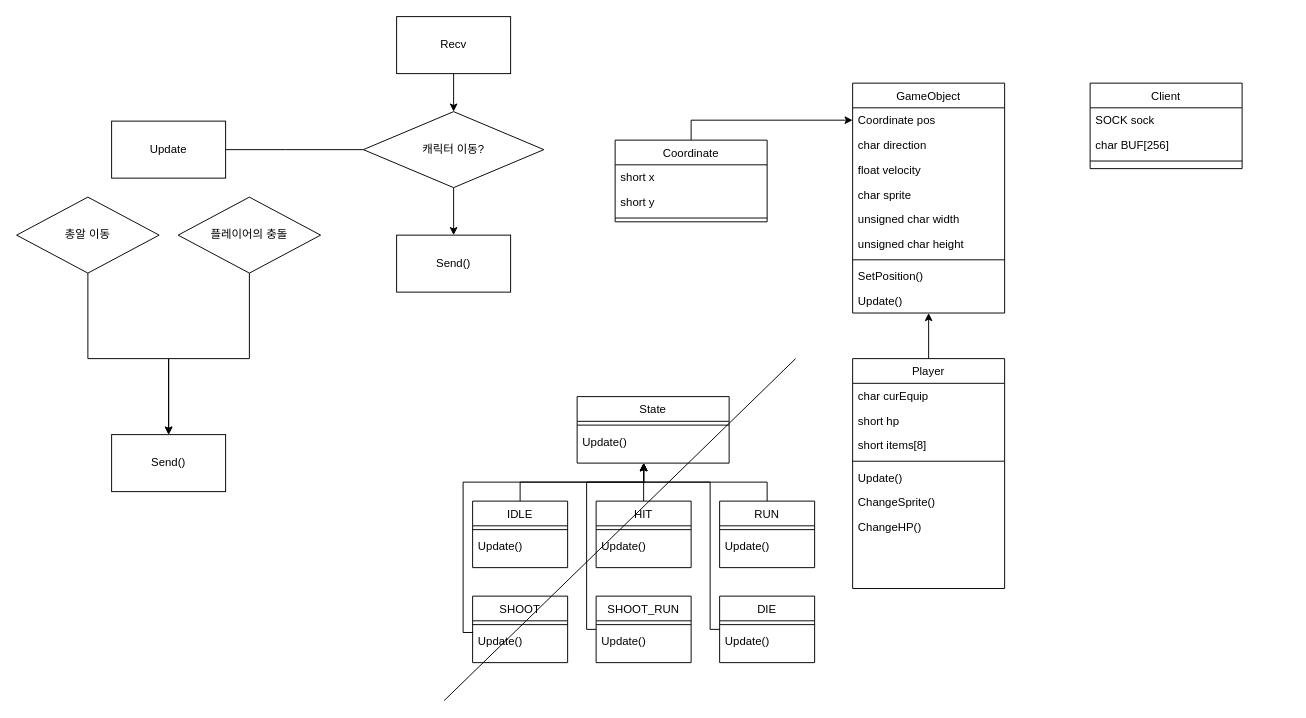
Earlier version of the draw.io diagram server_class_diagram.drawio (kakik/agari). Source tidied: cells renumbered, new cells numbered last; positions are measured from the earlier drawing's top-left corner, leaving out a move shared by most shapes. Both pictures are drawn from the tidied source at 95%, with x=0, y=0 at pixel (16, 16).
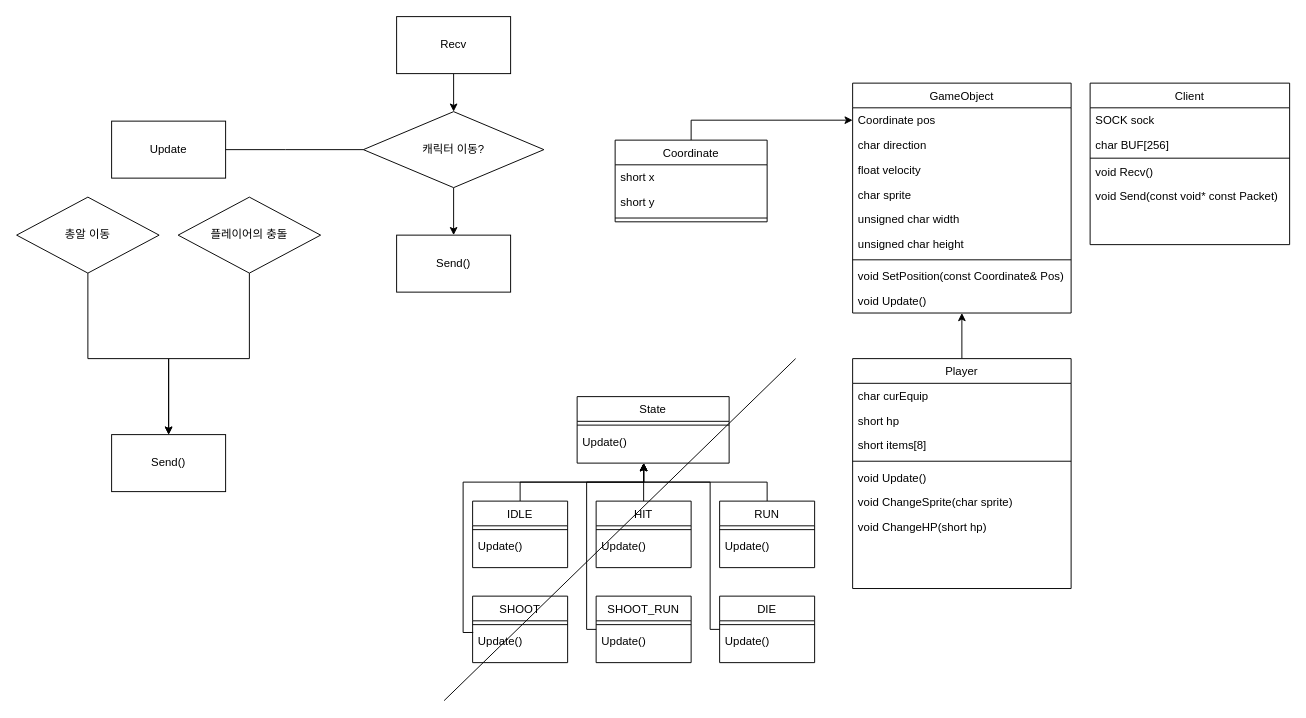
Above is the later version.

Commit message (it also covers changes not shown here):
Change Class diagram

The edit, as a diff of the source:
```diff
@@
     <mxCell id="3" value="Player" style="swimlane;fontStyle=0;align=center;verticalAlign=top;horizontal=1;startSize=26;rounded=0;shadow=0;strokeWidth=1;" parent="1" vertex="1">
-      <mxGeometry x="880" y="360" width="160" height="242" as="geometry" />
+      <mxGeometry x="880" y="360" width="230" height="242" as="geometry" />
     </mxCell>
     <mxCell id="4" value="char curEquip" style="text;align=left;verticalAlign=top;spacingLeft=4;spacingRight=4;overflow=hidden;rounded=0;shadow=0;html=0;" parent="3" vertex="1">
-      <mxGeometry y="26" width="160" height="26" as="geometry" />
+      <mxGeometry y="26" width="230" height="26" as="geometry" />
     </mxCell>
     <mxCell id="5" value="short hp" style="text;align=left;verticalAlign=top;spacingLeft=4;spacingRight=4;overflow=hidden;rounded=0;shadow=0;html=0;" parent="3" vertex="1">
-      <mxGeometry y="52" width="160" height="26" as="geometry" />
+      <mxGeometry y="52" width="230" height="26" as="geometry" />
     </mxCell>
     <mxCell id="6" value="short items[8]" style="text;align=left;verticalAlign=top;spacingLeft=4;spacingRight=4;overflow=hidden;rounded=0;shadow=0;html=0;" parent="3" vertex="1">
-      <mxGeometry y="78" width="160" height="26" as="geometry" />
+      <mxGeometry y="78" width="230" height="26" as="geometry" />
     </mxCell>
     <mxCell id="7" style="line;html=1;strokeWidth=1;align=left;verticalAlign=middle;spacingTop=-1;spacingLeft=3;spacingRight=3;labelPosition=right;" parent="3" vertex="1">
-      <mxGeometry y="104" width="160" height="8" as="geometry" />
+      <mxGeometry y="104" width="230" height="8" as="geometry" />
     </mxCell>
-    <mxCell id="8" value="Update()" style="text;align=left;verticalAlign=top;spacingLeft=4;spacingRight=4;overflow=hidden;fontStyle=0;" parent="3" vertex="1">
-      <mxGeometry y="112" width="160" height="26" as="geometry" />
+    <mxCell id="8" value="void Update()" style="text;align=left;verticalAlign=top;spacingLeft=4;spacingRight=4;overflow=hidden;fontStyle=0;" parent="3" vertex="1">
+      <mxGeometry y="112" width="230" height="26" as="geometry" />
     </mxCell>
-    <mxCell id="9" value="ChangeSprite()" style="text;align=left;verticalAlign=top;spacingLeft=4;spacingRight=4;overflow=hidden;" parent="3" vertex="1">
-      <mxGeometry y="138" width="160" height="26" as="geometry" />
+    <mxCell id="9" value="void ChangeSprite(char sprite)" style="text;align=left;verticalAlign=top;spacingLeft=4;spacingRight=4;overflow=hidden;" parent="3" vertex="1">
+      <mxGeometry y="138" width="230" height="26" as="geometry" />
     </mxCell>
-    <mxCell id="10" value="ChangeHP()" style="text;align=left;verticalAlign=top;spacingLeft=4;spacingRight=4;overflow=hidden;" parent="3" vertex="1">
-      <mxGeometry y="164" width="160" height="26" as="geometry" />
+    <mxCell id="10" value="void ChangeHP(short hp)" style="text;align=left;verticalAlign=top;spacingLeft=4;spacingRight=4;overflow=hidden;" parent="3" vertex="1">
+      <mxGeometry y="164" width="230" height="26" as="geometry" />
     </mxCell>
@@
     <mxCell id="43" value="GameObject" style="swimlane;fontStyle=0;align=center;verticalAlign=top;horizontal=1;startSize=26;rounded=0;shadow=0;strokeWidth=1;" parent="1" vertex="1">
-      <mxGeometry x="880" y="70" width="160" height="242" as="geometry" />
+      <mxGeometry x="880" y="70" width="230" height="242" as="geometry" />
     </mxCell>
     <mxCell id="44" value="Coordinate pos" style="text;align=left;verticalAlign=top;spacingLeft=4;spacingRight=4;overflow=hidden;points=[[0,0.5],[1,0.5]];portConstraint=eastwest;rounded=0;shadow=0;html=0;" parent="43" vertex="1">
-      <mxGeometry y="26" width="160" height="26" as="geometry" />
+      <mxGeometry y="26" width="230" height="26" as="geometry" />
     </mxCell>
     <mxCell id="45" value="char direction" style="text;align=left;verticalAlign=top;spacingLeft=4;spacingRight=4;overflow=hidden;rounded=0;shadow=0;html=0;" parent="43" vertex="1">
-      <mxGeometry y="52" width="160" height="26" as="geometry" />
+      <mxGeometry y="52" width="230" height="26" as="geometry" />
     </mxCell>
     <mxCell id="46" value="float velocity" style="text;align=left;verticalAlign=top;spacingLeft=4;spacingRight=4;overflow=hidden;" parent="43" vertex="1">
-      <mxGeometry y="78" width="160" height="26" as="geometry" />
+      <mxGeometry y="78" width="230" height="26" as="geometry" />
     </mxCell>
     <mxCell id="47" value="char sprite" style="text;align=left;verticalAlign=top;spacingLeft=4;spacingRight=4;overflow=hidden;" parent="43" vertex="1">
-      <mxGeometry y="104" width="160" height="26" as="geometry" />
+      <mxGeometry y="104" width="230" height="26" as="geometry" />
     </mxCell>
     <mxCell id="48" value="unsigned char width" style="text;align=left;verticalAlign=top;spacingLeft=4;spacingRight=4;overflow=hidden;" parent="43" vertex="1">
-      <mxGeometry y="130" width="160" height="26" as="geometry" />
+      <mxGeometry y="130" width="230" height="26" as="geometry" />
     </mxCell>
     <mxCell id="49" value="unsigned char height" style="text;align=left;verticalAlign=top;spacingLeft=4;spacingRight=4;overflow=hidden;" parent="43" vertex="1">
-      <mxGeometry y="156" width="160" height="26" as="geometry" />
+      <mxGeometry y="156" width="230" height="26" as="geometry" />
     </mxCell>
     <mxCell id="50" style="line;html=1;strokeWidth=1;align=left;verticalAlign=middle;spacingTop=-1;spacingLeft=3;spacingRight=3;labelPosition=right;" parent="43" vertex="1">
-      <mxGeometry y="182" width="160" height="8" as="geometry" />
+      <mxGeometry y="182" width="230" height="8" as="geometry" />
     </mxCell>
-    <mxCell id="51" value="SetPosition()" style="text;align=left;verticalAlign=top;spacingLeft=4;spacingRight=4;overflow=hidden;rounded=0;shadow=0;html=0;" parent="43" vertex="1">
-      <mxGeometry y="190" width="160" height="26" as="geometry" />
+    <mxCell id="51" value="void SetPosition(const Coordinate&amp; Pos)" style="text;align=left;verticalAlign=top;spacingLeft=4;spacingRight=4;overflow=hidden;rounded=0;shadow=0;html=0;" parent="43" vertex="1">
+      <mxGeometry y="190" width="230" height="26" as="geometry" />
     </mxCell>
-    <mxCell id="52" value="Update()" style="text;align=left;verticalAlign=top;spacingLeft=4;spacingRight=4;overflow=hidden;rounded=0;shadow=0;html=0;" parent="43" vertex="1">
-      <mxGeometry y="216" width="160" height="26" as="geometry" />
+    <mxCell id="52" value="void Update()" style="text;align=left;verticalAlign=top;spacingLeft=4;spacingRight=4;overflow=hidden;rounded=0;shadow=0;html=0;" parent="43" vertex="1">
+      <mxGeometry y="216" width="230" height="26" as="geometry" />
     </mxCell>
     <mxCell id="53" value="Client&#10;" style="swimlane;fontStyle=0;align=center;verticalAlign=top;horizontal=1;startSize=26;rounded=0;shadow=0;strokeWidth=1;" parent="1" vertex="1">
-      <mxGeometry x="1130" y="70" width="160" height="90" as="geometry" />
+      <mxGeometry x="1130" y="70" width="210" height="170" as="geometry" />
     </mxCell>
     <mxCell id="54" value="SOCK sock" style="text;align=left;verticalAlign=top;spacingLeft=4;spacingRight=4;overflow=hidden;rounded=0;shadow=0;html=0;" parent="53" vertex="1">
-      <mxGeometry y="26" width="160" height="26" as="geometry" />
+      <mxGeometry y="26" width="210" height="26" as="geometry" />
     </mxCell>
     <mxCell id="55" value="char BUF[256]" style="text;align=left;verticalAlign=top;spacingLeft=4;spacingRight=4;overflow=hidden;rounded=0;shadow=0;html=0;" parent="53" vertex="1">
-      <mxGeometry y="52" width="160" height="26" as="geometry" />
+      <mxGeometry y="52" width="210" height="26" as="geometry" />
     </mxCell>
     <mxCell id="56" style="line;html=1;strokeWidth=1;align=left;verticalAlign=middle;spacingTop=-1;spacingLeft=3;spacingRight=3;labelPosition=right;" parent="53" vertex="1">
-      <mxGeometry y="78" width="160" height="8" as="geometry" />
+      <mxGeometry y="78" width="210" height="2" as="geometry" />
     </mxCell>
+    <mxCell id="70" value="void Recv()" style="text;align=left;verticalAlign=top;spacingLeft=4;spacingRight=4;overflow=hidden;rounded=0;shadow=0;html=0;" parent="53" vertex="1">
+      <mxGeometry y="80" width="210" height="26" as="geometry" />
+    </mxCell>
+    <mxCell id="71" value="void Send(const void* const Packet)" style="text;align=left;verticalAlign=top;spacingLeft=4;spacingRight=4;overflow=hidden;rounded=0;shadow=0;html=0;" parent="53" vertex="1">
+      <mxGeometry y="106" width="210" height="26" as="geometry" />
+    </mxCell>
```
